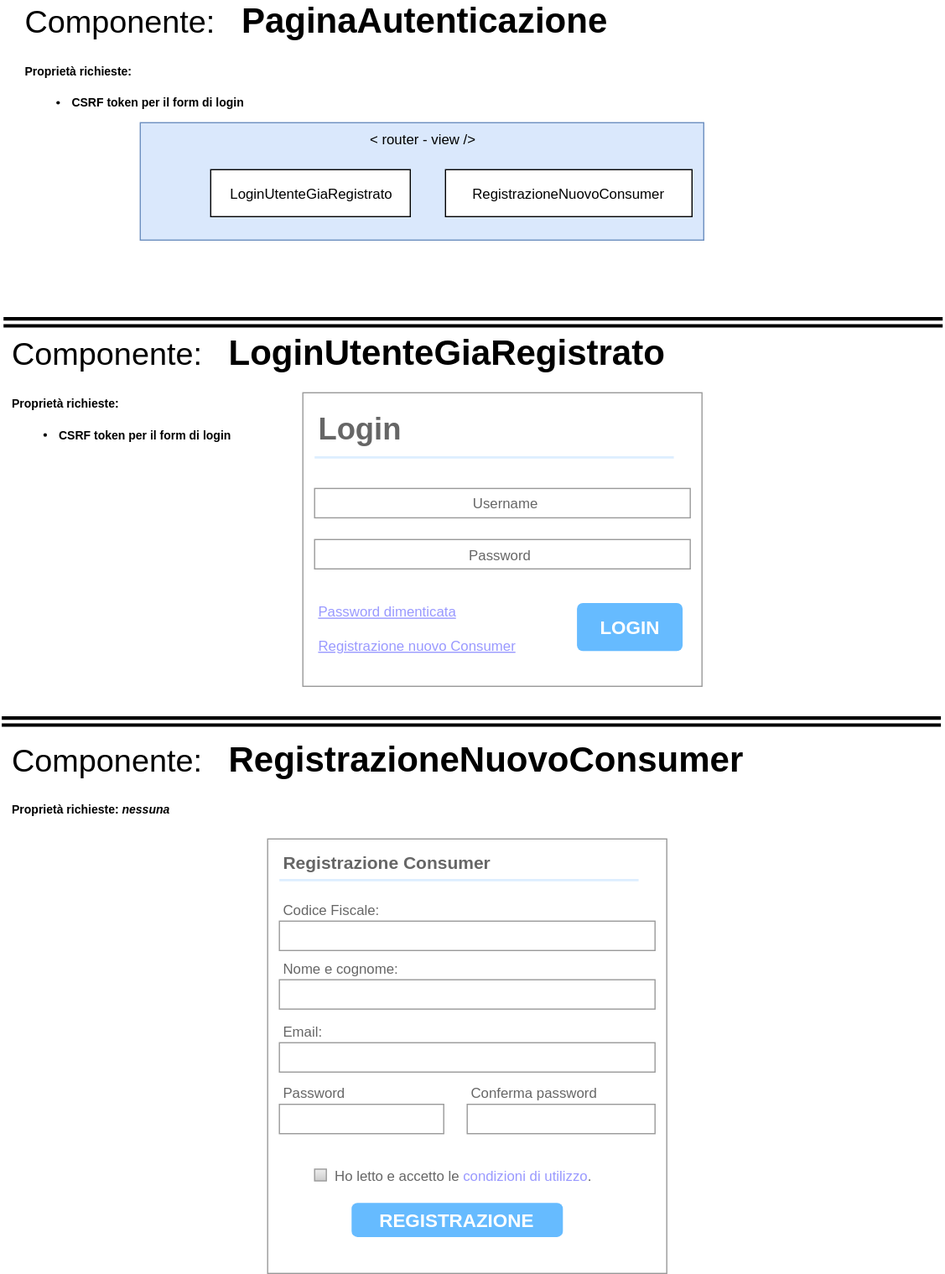
Before: algoritmi schemi e note progettuali/componenti Vue/componenti/PaginaAutenticazione.svg, a diagram exported from draw.io (matteoferfoglia/progetto-progrweb-2020). Source tidied: cells renumbered, new cells last; positions are measured from the earlier drawing's top-left corner, leaving out a move shared by most shapes. The source it was exported from:
```xml
<mxGraphModel>
  <root>
    <mxCell id="0" />
    <mxCell id="1" parent="0" />
    <mxCell id="2" value="&lt;font color=&quot;#000000&quot;&gt;&lt;span style=&quot;font-size: 27px&quot;&gt;Componente:&amp;nbsp; &amp;nbsp;&lt;/span&gt;&lt;b&gt;PaginaAutenticazione&lt;br&gt;&lt;font size=&quot;1&quot;&gt;Proprietà richieste:&lt;br&gt;&lt;ul&gt;&lt;li&gt;&lt;font color=&quot;#000000&quot;&gt;&lt;b&gt;&lt;font size=&quot;1&quot;&gt;CSRF token per il form di login&lt;/font&gt;&lt;/b&gt;&lt;/font&gt;&lt;/li&gt;&lt;/ul&gt;&lt;/font&gt;&lt;/b&gt;&lt;/font&gt;" style="text;html=1;strokeColor=none;fillColor=none;align=left;verticalAlign=middle;whiteSpace=wrap;rounded=0;labelBackgroundColor=none;fontSize=30;fontColor=#FFFFFF;" parent="1" vertex="1">
      <mxGeometry x="18" width="590" height="20" as="geometry" />
    </mxCell>
    <mxCell id="3" style="shape=link;html=1;startArrow=cross;startFill=0;endArrow=cross;endFill=0;strokeColor=#000000;strokeWidth=3;fontSize=15;fontColor=#FFFFFF;" parent="1" edge="1">
      <mxGeometry relative="1" as="geometry">
        <mxPoint x="1.5" y="233" as="sourcePoint" />
        <mxPoint x="801.5" y="233" as="targetPoint" />
      </mxGeometry>
    </mxCell>
    <mxCell id="4" value="&lt;font color=&quot;#000000&quot;&gt;&lt;span style=&quot;font-size: 27px&quot;&gt;Componente:&amp;nbsp; &amp;nbsp;&lt;/span&gt;&lt;b&gt;LoginUtenteGiaRegistrato&lt;br&gt;&lt;font size=&quot;1&quot;&gt;Proprietà richieste:&lt;br&gt;&lt;ul&gt;&lt;li&gt;&lt;font color=&quot;#000000&quot;&gt;&lt;b&gt;&lt;font size=&quot;1&quot;&gt;CSRF token per il form di login&lt;/font&gt;&lt;/b&gt;&lt;/font&gt;&lt;/li&gt;&lt;/ul&gt;&lt;/font&gt;&lt;/b&gt;&lt;/font&gt;" style="text;html=1;strokeColor=none;fillColor=none;align=left;verticalAlign=middle;whiteSpace=wrap;rounded=0;labelBackgroundColor=none;fontSize=30;fontColor=#FFFFFF;" parent="1" vertex="1">
      <mxGeometry x="6.5" y="283" width="590" height="20" as="geometry" />
    </mxCell>
    <mxCell id="5" style="group;" parent="1" vertex="1">
      <mxGeometry x="256.5" y="293" width="340" height="250" as="geometry" />
    </mxCell>
    <mxCell id="6" style="strokeWidth=1;shadow=0;dashed=0;align=center;html=1;shape=mxgraph.mockup.forms.rrect;rSize=0;strokeColor=#999999;fillColor=#ffffff;labelBackgroundColor=none;fontSize=30;fontColor=#FFFFFF;" parent="5" vertex="1">
      <mxGeometry width="340" height="250" as="geometry" />
    </mxCell>
    <mxCell id="7" value="&lt;font style=&quot;font-size: 26px&quot;&gt;Login&lt;/font&gt;" style="strokeWidth=1;shadow=0;dashed=0;align=center;html=1;shape=mxgraph.mockup.forms.anchor;fontSize=15;fontColor=#666666;align=left;spacingLeft=0;fontStyle=1;" parent="6" vertex="1">
      <mxGeometry width="170" height="20" relative="1" as="geometry">
        <mxPoint x="10" y="20" as="offset" />
      </mxGeometry>
    </mxCell>
    <mxCell id="8" style="shape=line;strokeColor=#ddeeff;strokeWidth=2;html=1;" parent="6" vertex="1">
      <mxGeometry width="306" height="10" relative="1" as="geometry">
        <mxPoint x="10" y="50" as="offset" />
      </mxGeometry>
    </mxCell>
    <mxCell id="9" value="&amp;nbsp; &amp;nbsp; &amp;nbsp; &amp;nbsp; &amp;nbsp; &amp;nbsp; &amp;nbsp; &amp;nbsp; &amp;nbsp; &amp;nbsp; &amp;nbsp; &amp;nbsp; &amp;nbsp; &amp;nbsp; &amp;nbsp; &amp;nbsp; &amp;nbsp; &amp;nbsp; &amp;nbsp; Username" style="strokeWidth=1;shadow=0;dashed=0;align=center;html=1;shape=mxgraph.mockup.forms.rrect;rSize=0;strokeColor=#999999;fontColor=#666666;align=left;spacingLeft=5;" parent="6" vertex="1">
      <mxGeometry width="320" height="25" relative="1" as="geometry">
        <mxPoint x="10" y="81.5" as="offset" />
      </mxGeometry>
    </mxCell>
    <mxCell id="10" value="&amp;nbsp; &amp;nbsp; &amp;nbsp; &amp;nbsp; &amp;nbsp; &amp;nbsp; &amp;nbsp; &amp;nbsp; &amp;nbsp; &amp;nbsp; &amp;nbsp; &amp;nbsp; &amp;nbsp; &amp;nbsp; &amp;nbsp; &amp;nbsp; &amp;nbsp; &amp;nbsp; &amp;nbsp;Password" style="strokeWidth=1;shadow=0;dashed=0;align=center;html=1;shape=mxgraph.mockup.forms.rrect;rSize=0;strokeColor=#999999;fontColor=#666666;align=left;spacingLeft=5;" parent="6" vertex="1">
      <mxGeometry width="320" height="25" relative="1" as="geometry">
        <mxPoint x="10" y="125" as="offset" />
      </mxGeometry>
    </mxCell>
    <mxCell id="11" value="LOGIN" style="strokeWidth=1;shadow=0;dashed=0;align=center;html=1;shape=mxgraph.mockup.forms.rrect;rSize=5;strokeColor=none;fontColor=#ffffff;fillColor=#66bbff;fontSize=16;fontStyle=1;" parent="6" vertex="1">
      <mxGeometry y="1" width="90" height="41" relative="1" as="geometry">
        <mxPoint x="233.5" y="-71" as="offset" />
      </mxGeometry>
    </mxCell>
    <mxCell id="12" value="Password dimenticata&lt;br&gt;&lt;br&gt;Registrazione nuovo Consumer" style="strokeWidth=1;shadow=0;dashed=0;align=center;html=1;shape=mxgraph.mockup.forms.anchor;fontSize=12;fontColor=#9999ff;align=left;spacingLeft=0;fontStyle=4;" parent="6" vertex="1">
      <mxGeometry y="1" width="255" height="20" relative="1" as="geometry">
        <mxPoint x="10" y="-60" as="offset" />
      </mxGeometry>
    </mxCell>
    <mxCell id="13" style="shape=link;html=1;startArrow=cross;startFill=0;endArrow=cross;endFill=0;strokeColor=#000000;strokeWidth=3;fontSize=15;fontColor=#FFFFFF;" parent="1" edge="1">
      <mxGeometry relative="1" as="geometry">
        <mxPoint y="573" as="sourcePoint" />
        <mxPoint x="800" y="573" as="targetPoint" />
      </mxGeometry>
    </mxCell>
    <mxCell id="14" value="&lt;font color=&quot;#000000&quot;&gt;&lt;span style=&quot;font-size: 27px&quot;&gt;Componente:&amp;nbsp; &amp;nbsp;&lt;/span&gt;&lt;b&gt;RegistrazioneNuovoConsumer&lt;br&gt;&lt;font size=&quot;1&quot;&gt;Proprietà richieste: &lt;i&gt;nessuna&lt;/i&gt;&lt;br&gt;&lt;/font&gt;&lt;/b&gt;&lt;/font&gt;" style="text;html=1;strokeColor=none;fillColor=none;align=left;verticalAlign=middle;whiteSpace=wrap;rounded=0;labelBackgroundColor=none;fontSize=30;fontColor=#FFFFFF;" parent="1" vertex="1">
      <mxGeometry x="6.5" y="613" width="770" height="20" as="geometry" />
    </mxCell>
    <mxCell id="15" style="group;" parent="1" vertex="1">
      <mxGeometry x="226.5" y="673" width="340" height="370" as="geometry" />
    </mxCell>
    <mxCell id="16" style="strokeWidth=1;shadow=0;dashed=0;align=center;html=1;shape=mxgraph.mockup.forms.rrect;rSize=0;strokeColor=#999999;fillColor=#ffffff;labelBackgroundColor=none;fontSize=30;fontColor=#FFFFFF;" parent="15" vertex="1">
      <mxGeometry width="340" height="370" as="geometry" />
    </mxCell>
    <mxCell id="17" value="Registrazione Consumer" style="strokeWidth=1;shadow=0;dashed=0;align=center;html=1;shape=mxgraph.mockup.forms.anchor;fontSize=15;fontColor=#666666;align=left;spacingLeft=0;fontStyle=1;" parent="16" vertex="1">
      <mxGeometry width="190" height="20" relative="1" as="geometry">
        <mxPoint x="10" y="10" as="offset" />
      </mxGeometry>
    </mxCell>
    <mxCell id="18" style="shape=line;strokeColor=#ddeeff;strokeWidth=2;html=1;" parent="16" vertex="1">
      <mxGeometry width="306" height="10" relative="1" as="geometry">
        <mxPoint x="10" y="30" as="offset" />
      </mxGeometry>
    </mxCell>
    <mxCell id="19" value="Codice Fiscale:" style="strokeWidth=1;shadow=0;dashed=0;align=center;html=1;shape=mxgraph.mockup.forms.anchor;fontSize=12;fontColor=#666666;align=left;spacingLeft=0;" parent="16" vertex="1">
      <mxGeometry width="170" height="20" relative="1" as="geometry">
        <mxPoint x="10" y="50" as="offset" />
      </mxGeometry>
    </mxCell>
    <mxCell id="20" style="strokeWidth=1;shadow=0;dashed=0;align=center;html=1;shape=mxgraph.mockup.forms.rrect;rSize=0;strokeColor=#999999;fontColor=#666666;align=left;spacingLeft=5;" parent="16" vertex="1">
      <mxGeometry width="320" height="25" relative="1" as="geometry">
        <mxPoint x="10" y="70" as="offset" />
      </mxGeometry>
    </mxCell>
    <mxCell id="21" value="REGISTRAZIONE" style="strokeWidth=1;shadow=0;dashed=0;align=center;html=1;shape=mxgraph.mockup.forms.rrect;rSize=5;strokeColor=none;fontColor=#ffffff;fillColor=#66bbff;fontSize=16;fontStyle=1;" parent="16" vertex="1">
      <mxGeometry y="1" width="180" height="29" relative="1" as="geometry">
        <mxPoint x="71.5" y="-60" as="offset" />
      </mxGeometry>
    </mxCell>
    <mxCell id="22" value="&lt;font style=&quot;font-size: 12px&quot;&gt;Ho letto e accetto le &lt;/font&gt;&lt;span style=&quot;color: rgb(153 , 153 , 255) ; font-size: 12px&quot;&gt;condizioni di utilizzo&lt;/span&gt;&lt;span style=&quot;font-size: 12px&quot;&gt;.&lt;/span&gt;" style="strokeWidth=1;shadow=0;dashed=0;align=center;html=1;shape=mxgraph.mockup.forms.rrect;rSize=0;fillColor=#eeeeee;strokeColor=#999999;gradientColor=#cccccc;align=left;spacingLeft=4;fontSize=17;fontColor=#666666;labelPosition=right;labelBackgroundColor=none;" parent="16" vertex="1">
      <mxGeometry x="40" y="281.2" width="10" height="10" as="geometry" />
    </mxCell>
    <mxCell id="23" style="group;" parent="16" vertex="1">
      <mxGeometry x="10" y="99.9" width="320" height="53.7" as="geometry" />
    </mxCell>
    <mxCell id="24" value="Nome e cognome:" style="strokeWidth=1;shadow=0;dashed=0;align=center;html=1;shape=mxgraph.mockup.forms.anchor;fontSize=12;fontColor=#666666;align=left;spacingLeft=0;" parent="23" vertex="1">
      <mxGeometry width="170" height="20" relative="1" as="geometry" />
    </mxCell>
    <mxCell id="25" style="strokeWidth=1;shadow=0;dashed=0;align=center;html=1;shape=mxgraph.mockup.forms.rrect;rSize=0;strokeColor=#999999;fontColor=#666666;align=left;spacingLeft=5;" parent="23" vertex="1">
      <mxGeometry width="320" height="25" relative="1" as="geometry">
        <mxPoint y="20" as="offset" />
      </mxGeometry>
    </mxCell>
    <mxCell id="26" style="group;" parent="16" vertex="1">
      <mxGeometry x="10" y="153.5" width="320" height="53.7" as="geometry" />
    </mxCell>
    <mxCell id="27" value="Email:" style="strokeWidth=1;shadow=0;dashed=0;align=center;html=1;shape=mxgraph.mockup.forms.anchor;fontSize=12;fontColor=#666666;align=left;spacingLeft=0;" parent="26" vertex="1">
      <mxGeometry width="170" height="20" relative="1" as="geometry" />
    </mxCell>
    <mxCell id="28" style="strokeWidth=1;shadow=0;dashed=0;align=center;html=1;shape=mxgraph.mockup.forms.rrect;rSize=0;strokeColor=#999999;fontColor=#666666;align=left;spacingLeft=5;" parent="26" vertex="1">
      <mxGeometry width="320" height="25" relative="1" as="geometry">
        <mxPoint y="20" as="offset" />
      </mxGeometry>
    </mxCell>
    <mxCell id="29" style="group;" parent="16" vertex="1">
      <mxGeometry x="10" y="206" width="140" height="54" as="geometry" />
    </mxCell>
    <mxCell id="30" value="Password" style="strokeWidth=1;shadow=0;dashed=0;align=center;html=1;shape=mxgraph.mockup.forms.anchor;fontSize=12;fontColor=#666666;align=left;spacingLeft=0;" parent="29" vertex="1">
      <mxGeometry width="74.38" height="20" relative="1" as="geometry" />
    </mxCell>
    <mxCell id="31" style="strokeWidth=1;shadow=0;dashed=0;align=center;html=1;shape=mxgraph.mockup.forms.rrect;rSize=0;strokeColor=#999999;fontColor=#666666;align=left;spacingLeft=5;" parent="29" vertex="1">
      <mxGeometry width="140" height="25" relative="1" as="geometry">
        <mxPoint y="20" as="offset" />
      </mxGeometry>
    </mxCell>
    <mxCell id="32" style="group;" parent="16" vertex="1">
      <mxGeometry x="170" y="206" width="150" height="54" as="geometry" />
    </mxCell>
    <mxCell id="33" value="Conferma password" style="strokeWidth=1;shadow=0;dashed=0;align=center;html=1;shape=mxgraph.mockup.forms.anchor;fontSize=12;fontColor=#666666;align=left;spacingLeft=0;" parent="32" vertex="1">
      <mxGeometry width="85" height="20" relative="1" as="geometry" />
    </mxCell>
    <mxCell id="34" style="strokeWidth=1;shadow=0;dashed=0;align=center;html=1;shape=mxgraph.mockup.forms.rrect;rSize=0;strokeColor=#999999;fontColor=#666666;align=left;spacingLeft=5;" parent="32" vertex="1">
      <mxGeometry width="160" height="25" relative="1" as="geometry">
        <mxPoint y="20" as="offset" />
      </mxGeometry>
    </mxCell>
    <mxCell id="35" style="group;" parent="1" vertex="1">
      <mxGeometry x="118" y="63" width="480" height="100" as="geometry" />
    </mxCell>
    <mxCell id="36" value="&amp;lt; router - view /&amp;gt;" style="rounded=0;whiteSpace=wrap;html=1;fillColor=#dae8fc;strokeColor=#6c8ebf;verticalAlign=top;" parent="35" vertex="1">
      <mxGeometry width="480" height="100" as="geometry" />
    </mxCell>
    <mxCell id="37" value="LoginUtenteGiaRegistrato" style="rounded=0;whiteSpace=wrap;html=1;" parent="35" vertex="1">
      <mxGeometry x="60" y="40" width="170" height="40" as="geometry" />
    </mxCell>
    <mxCell id="38" value="RegistrazioneNuovoConsumer" style="rounded=0;whiteSpace=wrap;html=1;" parent="35" vertex="1">
      <mxGeometry x="260" y="40" width="210" height="40" as="geometry" />
    </mxCell>
  </root>
</mxGraphModel>
```
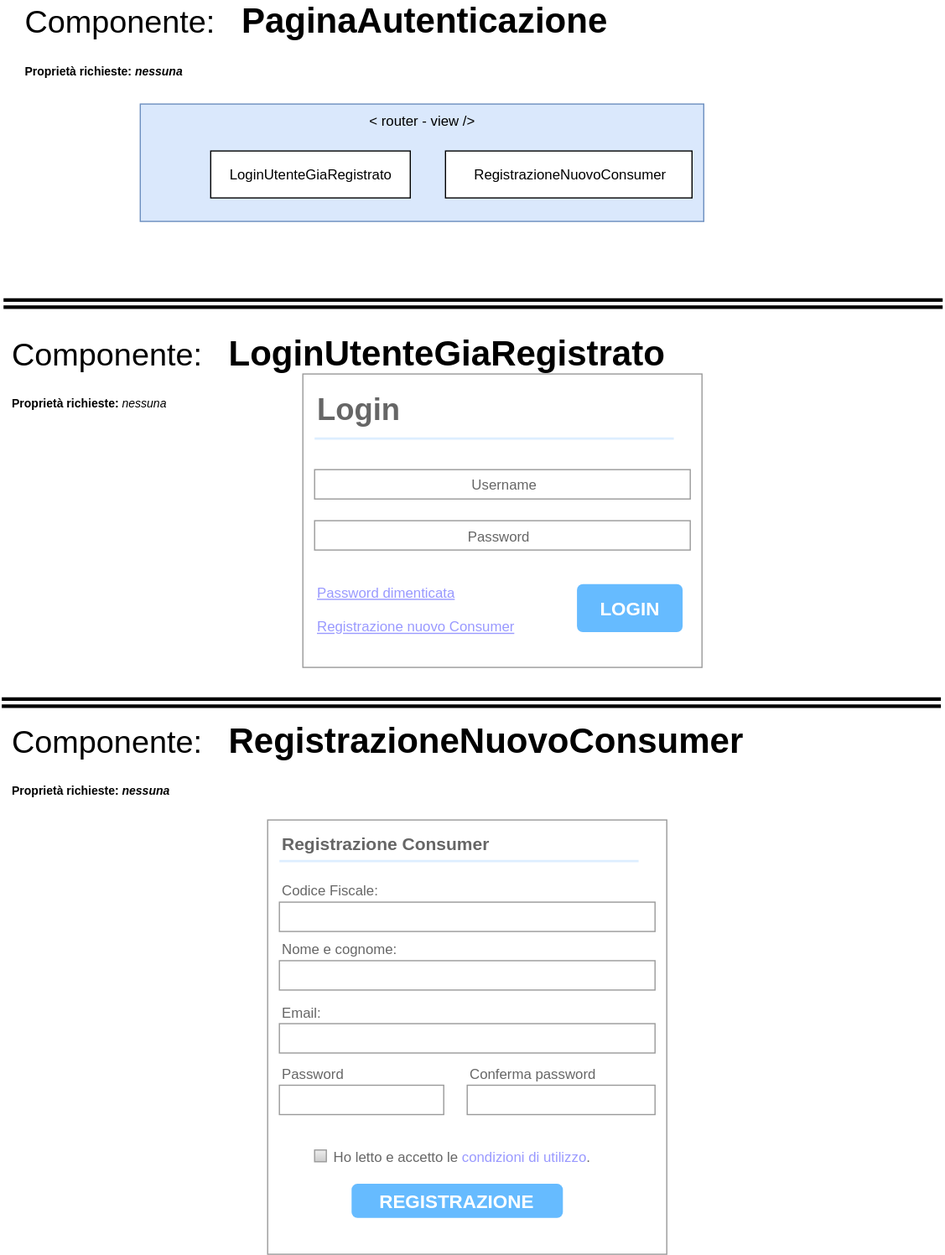
After the commit.

The edit, as a diff of the source:
```diff
@@ -2,7 +2,7 @@
   <root>
     <mxCell id="0" />
     <mxCell id="1" parent="0" />
-    <mxCell id="2" value="&lt;font color=&quot;#000000&quot;&gt;&lt;span style=&quot;font-size: 27px&quot;&gt;Componente:&amp;nbsp; &amp;nbsp;&lt;/span&gt;&lt;b&gt;PaginaAutenticazione&lt;br&gt;&lt;font size=&quot;1&quot;&gt;Proprietà richieste:&lt;br&gt;&lt;ul&gt;&lt;li&gt;&lt;font color=&quot;#000000&quot;&gt;&lt;b&gt;&lt;font size=&quot;1&quot;&gt;CSRF token per il form di login&lt;/font&gt;&lt;/b&gt;&lt;/font&gt;&lt;/li&gt;&lt;/ul&gt;&lt;/font&gt;&lt;/b&gt;&lt;/font&gt;" style="text;html=1;strokeColor=none;fillColor=none;align=left;verticalAlign=middle;whiteSpace=wrap;rounded=0;labelBackgroundColor=none;fontSize=30;fontColor=#FFFFFF;" parent="1" vertex="1">
+    <mxCell id="2" value="&lt;font color=&quot;#000000&quot;&gt;&lt;span style=&quot;font-size: 27px&quot;&gt;Componente:&amp;nbsp; &amp;nbsp;&lt;/span&gt;&lt;b&gt;PaginaAutenticazione&lt;br&gt;&lt;font size=&quot;1&quot;&gt;Proprietà richieste: &lt;i&gt;nessuna&lt;/i&gt;&lt;br&gt;&lt;/font&gt;&lt;/b&gt;&lt;/font&gt;" style="text;html=1;strokeColor=none;fillColor=none;align=left;verticalAlign=middle;whiteSpace=wrap;rounded=0;labelBackgroundColor=none;fontSize=30;fontColor=#FFFFFF;" parent="1" vertex="1">
       <mxGeometry x="18" width="590" height="20" as="geometry" />
     </mxCell>
     <mxCell id="3" style="shape=link;html=1;startArrow=cross;startFill=0;endArrow=cross;endFill=0;strokeColor=#000000;strokeWidth=3;fontSize=15;fontColor=#FFFFFF;" parent="1" edge="1">
@@ -11,7 +11,7 @@
         <mxPoint x="801.5" y="233" as="targetPoint" />
       </mxGeometry>
     </mxCell>
-    <mxCell id="4" value="&lt;font color=&quot;#000000&quot;&gt;&lt;span style=&quot;font-size: 27px&quot;&gt;Componente:&amp;nbsp; &amp;nbsp;&lt;/span&gt;&lt;b&gt;LoginUtenteGiaRegistrato&lt;br&gt;&lt;font size=&quot;1&quot;&gt;Proprietà richieste:&lt;br&gt;&lt;ul&gt;&lt;li&gt;&lt;font color=&quot;#000000&quot;&gt;&lt;b&gt;&lt;font size=&quot;1&quot;&gt;CSRF token per il form di login&lt;/font&gt;&lt;/b&gt;&lt;/font&gt;&lt;/li&gt;&lt;/ul&gt;&lt;/font&gt;&lt;/b&gt;&lt;/font&gt;" style="text;html=1;strokeColor=none;fillColor=none;align=left;verticalAlign=middle;whiteSpace=wrap;rounded=0;labelBackgroundColor=none;fontSize=30;fontColor=#FFFFFF;" parent="1" vertex="1">
+    <mxCell id="4" value="&lt;font color=&quot;#000000&quot;&gt;&lt;span style=&quot;font-size: 27px&quot;&gt;Componente:&amp;nbsp; &amp;nbsp;&lt;/span&gt;&lt;b&gt;LoginUtenteGiaRegistrato&lt;/b&gt;&lt;br&gt;&lt;font size=&quot;1&quot;&gt;&lt;b&gt;Proprietà richieste: &lt;/b&gt;&lt;i&gt;nessuna&lt;/i&gt;&lt;br&gt;&lt;/font&gt;&lt;/font&gt;" style="text;html=1;strokeColor=none;fillColor=none;align=left;verticalAlign=middle;whiteSpace=wrap;rounded=0;labelBackgroundColor=none;fontSize=30;fontColor=#FFFFFF;" parent="1" vertex="1">
       <mxGeometry x="6.5" y="283" width="590" height="20" as="geometry" />
     </mxCell>
     <mxCell id="5" style="group;" parent="1" vertex="1">
```
